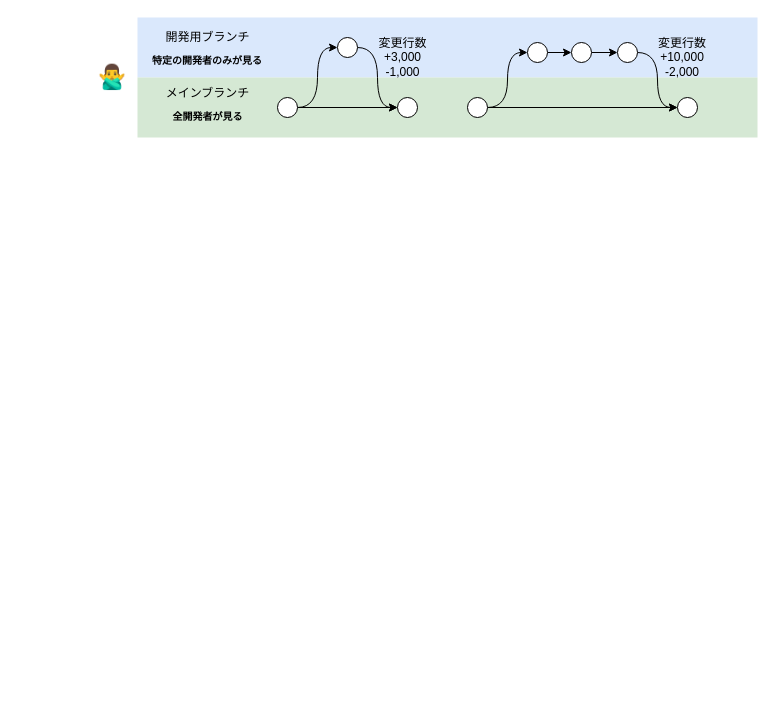
Earlier version of the draw.io diagram images/mobile-trunk-based-release-strategy/long-live-changes.drawio (shotaIDE/zenn). Source tidied: cells renumbered, new cells numbered last; positions are measured from the earlier drawing's top-left corner, leaving out a move shared by most shapes. Both pictures are drawn from the tidied source at 100%, with x=0, y=0 at pixel (97, 17).
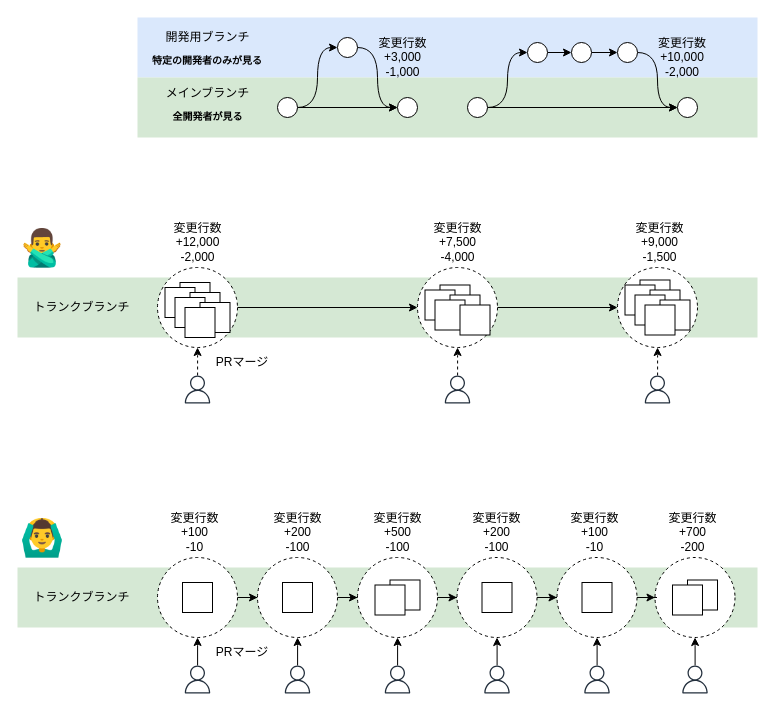
Above is the later version.

Diff of the diagram source:
```diff
@@
+    <mxCell id="29" style="rounded=0;whiteSpace=wrap;html=1;fillColor=#d5e8d4;strokeColor=none;" parent="1" vertex="1">
+      <mxGeometry x="-80" y="260" width="740" height="60" as="geometry" />
+    </mxCell>
+    <mxCell id="30" style="edgeStyle=orthogonalEdgeStyle;rounded=0;jettySize=auto;html=1;entryX=0;entryY=0.5;entryDx=0;entryDy=0;" parent="1" edge="1" source="31" target="44">
+      <mxGeometry relative="1" as="geometry" />
+    </mxCell>
+    <mxCell id="31" style="ellipse;whiteSpace=wrap;html=1;dashed=1;" parent="1" vertex="1">
+      <mxGeometry x="60" y="250" width="80" height="80" as="geometry" />
+    </mxCell>
+    <mxCell id="32" style="rounded=0;whiteSpace=wrap;html=1;" parent="1" vertex="1">
+      <mxGeometry x="82.5" y="265" width="30" height="30" as="geometry" />
+    </mxCell>
+    <mxCell id="33" style="rounded=0;whiteSpace=wrap;html=1;" parent="1" vertex="1">
+      <mxGeometry x="67.5" y="270" width="30" height="30" as="geometry" />
+    </mxCell>
+    <mxCell id="34" style="rounded=0;whiteSpace=wrap;html=1;" parent="1" vertex="1">
+      <mxGeometry x="92.5" y="275" width="30" height="30" as="geometry" />
+    </mxCell>
+    <mxCell id="35" style="rounded=0;whiteSpace=wrap;html=1;" parent="1" vertex="1">
+      <mxGeometry x="77.5" y="280" width="30" height="30" as="geometry" />
+    </mxCell>
+    <mxCell id="36" style="rounded=0;whiteSpace=wrap;html=1;" parent="1" vertex="1">
+      <mxGeometry x="102.5" y="285" width="30" height="30" as="geometry" />
+    </mxCell>
+    <mxCell id="37" style="rounded=0;whiteSpace=wrap;html=1;" parent="1" vertex="1">
+      <mxGeometry x="87.5" y="290" width="30" height="30" as="geometry" />
+    </mxCell>
@@
-    <mxCell id="22" value="&lt;font style=&quot;font-size: 24px;&quot;&gt;🙅‍♂️&lt;/font&gt;" style="text;html=1;strokeColor=none;fillColor=none;align=center;verticalAlign=middle;whiteSpace=wrap;rounded=0;" parent="1" vertex="1">
-      <mxGeometry y="45" width="30" height="30" as="geometry" />
+    <mxCell id="22" value="&lt;font style=&quot;font-size: 36px;&quot;&gt;🙅‍♂️&lt;/font&gt;" style="text;html=1;strokeColor=none;fillColor=none;align=center;verticalAlign=middle;whiteSpace=wrap;rounded=0;" parent="1" vertex="1">
+      <mxGeometry x="-80" y="200" width="50" height="60" as="geometry" />
     </mxCell>
@@
+    <mxCell id="38" style="edgeStyle=orthogonalEdgeStyle;rounded=0;jettySize=auto;html=1;entryX=0.5;entryY=1;entryDx=0;entryDy=0;dashed=1;" parent="1" edge="1" source="39" target="31">
+      <mxGeometry relative="1" as="geometry" />
+    </mxCell>
+    <mxCell id="39" style="sketch=0;outlineConnect=0;fontColor=#232F3E;gradientColor=none;fillColor=#232F3D;strokeColor=none;dashed=0;verticalLabelPosition=bottom;verticalAlign=top;align=center;html=1;fontSize=12;fontStyle=0;shape=mxgraph.aws4.user;" parent="1" vertex="1">
+      <mxGeometry x="86" y="358" width="28" height="28" as="geometry" />
+    </mxCell>
+    <mxCell id="40" style="edgeStyle=orthogonalEdgeStyle;rounded=0;jettySize=auto;html=1;entryX=0.5;entryY=1;entryDx=0;entryDy=0;dashed=1;" parent="1" edge="1" source="41" target="44">
+      <mxGeometry relative="1" as="geometry" />
+    </mxCell>
+    <mxCell id="41" style="sketch=0;outlineConnect=0;fontColor=#232F3E;gradientColor=none;fillColor=#232F3D;strokeColor=none;dashed=0;verticalLabelPosition=bottom;verticalAlign=top;align=center;html=1;fontSize=12;fontStyle=0;shape=mxgraph.aws4.user;" parent="1" vertex="1">
+      <mxGeometry x="346" y="358" width="28" height="28" as="geometry" />
+    </mxCell>
+    <mxCell id="42" value="トランクブランチ" style="text;html=1;strokeColor=none;fillColor=none;align=center;verticalAlign=middle;whiteSpace=wrap;rounded=0;" parent="1" vertex="1">
+      <mxGeometry x="-71" y="278.8" width="111" height="22.5" as="geometry" />
+    </mxCell>
+    <mxCell id="43" style="edgeStyle=orthogonalEdgeStyle;rounded=0;jettySize=auto;html=1;entryX=0;entryY=0.5;entryDx=0;entryDy=0;" parent="1" edge="1" source="44" target="50">
+      <mxGeometry relative="1" as="geometry" />
+    </mxCell>
+    <mxCell id="44" style="ellipse;whiteSpace=wrap;html=1;dashed=1;" parent="1" vertex="1">
+      <mxGeometry x="320" y="250" width="80" height="80" as="geometry" />
+    </mxCell>
+    <mxCell id="45" style="rounded=0;whiteSpace=wrap;html=1;" parent="1" vertex="1">
+      <mxGeometry x="342.5" y="267.5" width="30" height="30" as="geometry" />
+    </mxCell>
+    <mxCell id="46" style="rounded=0;whiteSpace=wrap;html=1;" parent="1" vertex="1">
+      <mxGeometry x="327.5" y="272.5" width="30" height="30" as="geometry" />
+    </mxCell>
+    <mxCell id="47" style="rounded=0;whiteSpace=wrap;html=1;" parent="1" vertex="1">
+      <mxGeometry x="352.5" y="277.5" width="30" height="30" as="geometry" />
+    </mxCell>
+    <mxCell id="48" style="rounded=0;whiteSpace=wrap;html=1;" parent="1" vertex="1">
+      <mxGeometry x="337.5" y="282.5" width="30" height="30" as="geometry" />
+    </mxCell>
+    <mxCell id="49" style="rounded=0;whiteSpace=wrap;html=1;" parent="1" vertex="1">
+      <mxGeometry x="362.5" y="287.5" width="30" height="30" as="geometry" />
+    </mxCell>
+    <mxCell id="50" style="ellipse;whiteSpace=wrap;html=1;dashed=1;" parent="1" vertex="1">
+      <mxGeometry x="520" y="250" width="80" height="80" as="geometry" />
+    </mxCell>
+    <mxCell id="51" style="rounded=0;whiteSpace=wrap;html=1;" parent="1" vertex="1">
+      <mxGeometry x="542.5" y="262.5" width="30" height="30" as="geometry" />
+    </mxCell>
+    <mxCell id="52" style="rounded=0;whiteSpace=wrap;html=1;" parent="1" vertex="1">
+      <mxGeometry x="527.5" y="267.5" width="30" height="30" as="geometry" />
+    </mxCell>
+    <mxCell id="53" style="rounded=0;whiteSpace=wrap;html=1;" parent="1" vertex="1">
+      <mxGeometry x="552.5" y="272.5" width="30" height="30" as="geometry" />
+    </mxCell>
+    <mxCell id="54" style="rounded=0;whiteSpace=wrap;html=1;" parent="1" vertex="1">
+      <mxGeometry x="537.5" y="277.5" width="30" height="30" as="geometry" />
+    </mxCell>
+    <mxCell id="55" style="rounded=0;whiteSpace=wrap;html=1;" parent="1" vertex="1">
+      <mxGeometry x="562.5" y="282.5" width="30" height="30" as="geometry" />
+    </mxCell>
+    <mxCell id="56" style="rounded=0;whiteSpace=wrap;html=1;" parent="1" vertex="1">
+      <mxGeometry x="547.5" y="287.5" width="30" height="30" as="geometry" />
+    </mxCell>
+    <mxCell id="57" style="edgeStyle=orthogonalEdgeStyle;rounded=0;jettySize=auto;html=1;entryX=0.5;entryY=1;entryDx=0;entryDy=0;dashed=1;" parent="1" edge="1" source="58" target="50">
+      <mxGeometry relative="1" as="geometry" />
+    </mxCell>
+    <mxCell id="58" style="sketch=0;outlineConnect=0;fontColor=#232F3E;gradientColor=none;fillColor=#232F3D;strokeColor=none;dashed=0;verticalLabelPosition=bottom;verticalAlign=top;align=center;html=1;fontSize=12;fontStyle=0;shape=mxgraph.aws4.user;" parent="1" vertex="1">
+      <mxGeometry x="546" y="358" width="28" height="28" as="geometry" />
+    </mxCell>
+    <mxCell id="59" value="変更行数&lt;br&gt;+12,000&lt;br&gt;-2,000" style="text;html=1;strokeColor=none;fillColor=none;align=center;verticalAlign=middle;whiteSpace=wrap;rounded=0;" parent="1" vertex="1">
+      <mxGeometry x="67.5" y="200" width="65" height="50" as="geometry" />
+    </mxCell>
+    <mxCell id="60" value="変更行数&lt;br&gt;+7,500&lt;br&gt;-4,000" style="text;html=1;strokeColor=none;fillColor=none;align=center;verticalAlign=middle;whiteSpace=wrap;rounded=0;" parent="1" vertex="1">
+      <mxGeometry x="327.5" y="200" width="65" height="50" as="geometry" />
+    </mxCell>
+    <mxCell id="61" value="変更行数&lt;br&gt;+9,000&lt;br&gt;-1,500" style="text;html=1;strokeColor=none;fillColor=none;align=center;verticalAlign=middle;whiteSpace=wrap;rounded=0;" parent="1" vertex="1">
+      <mxGeometry x="530" y="200" width="65" height="50" as="geometry" />
+    </mxCell>
+    <mxCell id="62" style="rounded=0;whiteSpace=wrap;html=1;fillColor=#d5e8d4;strokeColor=none;" parent="1" vertex="1">
+      <mxGeometry x="-80" y="550" width="740" height="60" as="geometry" />
+    </mxCell>
+    <mxCell id="63" style="edgeStyle=orthogonalEdgeStyle;rounded=0;jettySize=auto;html=1;entryX=0;entryY=0.5;entryDx=0;entryDy=0;" parent="1" edge="1" source="64" target="83">
+      <mxGeometry relative="1" as="geometry" />
+    </mxCell>
+    <mxCell id="64" style="ellipse;whiteSpace=wrap;html=1;dashed=1;" parent="1" vertex="1">
+      <mxGeometry x="60" y="540" width="80" height="80" as="geometry" />
+    </mxCell>
+    <mxCell id="65" style="rounded=0;whiteSpace=wrap;html=1;" parent="1" vertex="1">
+      <mxGeometry x="85" y="565" width="30" height="30" as="geometry" />
+    </mxCell>
+    <mxCell id="66" value="&lt;font style=&quot;font-size: 36px;&quot;&gt;🙆‍♂️&lt;/font&gt;" style="text;html=1;strokeColor=none;fillColor=none;align=center;verticalAlign=middle;whiteSpace=wrap;rounded=0;" parent="1" vertex="1">
+      <mxGeometry x="-80" y="490" width="50" height="60" as="geometry" />
+    </mxCell>
+    <mxCell id="67" style="edgeStyle=orthogonalEdgeStyle;rounded=0;jettySize=auto;html=1;entryX=0.5;entryY=1;entryDx=0;entryDy=0;" parent="1" edge="1" source="68" target="64">
+      <mxGeometry relative="1" as="geometry" />
+    </mxCell>
+    <mxCell id="68" style="sketch=0;outlineConnect=0;fontColor=#232F3E;gradientColor=none;fillColor=#232F3D;strokeColor=none;dashed=0;verticalLabelPosition=bottom;verticalAlign=top;align=center;html=1;fontSize=12;fontStyle=0;shape=mxgraph.aws4.user;" parent="1" vertex="1">
+      <mxGeometry x="86" y="648" width="28" height="28" as="geometry" />
+    </mxCell>
+    <mxCell id="69" style="edgeStyle=orthogonalEdgeStyle;rounded=0;jettySize=auto;html=1;entryX=0.5;entryY=1;entryDx=0;entryDy=0;" parent="1" edge="1" source="70" target="73">
+      <mxGeometry relative="1" as="geometry" />
+    </mxCell>
+    <mxCell id="70" style="sketch=0;outlineConnect=0;fontColor=#232F3E;gradientColor=none;fillColor=#232F3D;strokeColor=none;dashed=0;verticalLabelPosition=bottom;verticalAlign=top;align=center;html=1;fontSize=12;fontStyle=0;shape=mxgraph.aws4.user;" parent="1" vertex="1">
+      <mxGeometry x="286" y="648" width="28" height="28" as="geometry" />
+    </mxCell>
+    <mxCell id="71" value="トランクブランチ" style="text;html=1;strokeColor=none;fillColor=none;align=center;verticalAlign=middle;whiteSpace=wrap;rounded=0;" parent="1" vertex="1">
+      <mxGeometry x="-71" y="568.8" width="111" height="22.5" as="geometry" />
+    </mxCell>
+    <mxCell id="72" style="edgeStyle=orthogonalEdgeStyle;rounded=0;jettySize=auto;html=1;entryX=0;entryY=0.5;entryDx=0;entryDy=0;" parent="1" edge="1" source="73" target="89">
+      <mxGeometry relative="1" as="geometry" />
+    </mxCell>
+    <mxCell id="73" style="ellipse;whiteSpace=wrap;html=1;dashed=1;" parent="1" vertex="1">
+      <mxGeometry x="260" y="540" width="80" height="80" as="geometry" />
+    </mxCell>
+    <mxCell id="74" style="rounded=0;whiteSpace=wrap;html=1;" parent="1" vertex="1">
+      <mxGeometry x="292.5" y="562.5" width="30" height="30" as="geometry" />
+    </mxCell>
+    <mxCell id="75" style="rounded=0;whiteSpace=wrap;html=1;" parent="1" vertex="1">
+      <mxGeometry x="277.5" y="567.5" width="30" height="30" as="geometry" />
+    </mxCell>
+    <mxCell id="76" style="ellipse;whiteSpace=wrap;html=1;dashed=1;" parent="1" vertex="1">
+      <mxGeometry x="557.5" y="540" width="80" height="80" as="geometry" />
+    </mxCell>
+    <mxCell id="77" style="edgeStyle=orthogonalEdgeStyle;rounded=0;jettySize=auto;html=1;entryX=0.5;entryY=1;entryDx=0;entryDy=0;" parent="1" edge="1" source="78" target="76">
+      <mxGeometry relative="1" as="geometry" />
+    </mxCell>
+    <mxCell id="78" style="sketch=0;outlineConnect=0;fontColor=#232F3E;gradientColor=none;fillColor=#232F3D;strokeColor=none;dashed=0;verticalLabelPosition=bottom;verticalAlign=top;align=center;html=1;fontSize=12;fontStyle=0;shape=mxgraph.aws4.user;" parent="1" vertex="1">
+      <mxGeometry x="583.5" y="648" width="28" height="28" as="geometry" />
+    </mxCell>
+    <mxCell id="79" value="変更行数&lt;br&gt;+100&lt;br&gt;-10" style="text;html=1;strokeColor=none;fillColor=none;align=center;verticalAlign=middle;whiteSpace=wrap;rounded=0;" parent="1" vertex="1">
+      <mxGeometry x="65" y="490" width="65" height="50" as="geometry" />
+    </mxCell>
+    <mxCell id="80" value="変更行数&lt;br&gt;+500&lt;br&gt;-100" style="text;html=1;strokeColor=none;fillColor=none;align=center;verticalAlign=middle;whiteSpace=wrap;rounded=0;" parent="1" vertex="1">
+      <mxGeometry x="267.5" y="490" width="65" height="50" as="geometry" />
+    </mxCell>
+    <mxCell id="81" value="変更行数&lt;br&gt;+700&lt;br&gt;-200" style="text;html=1;strokeColor=none;fillColor=none;align=center;verticalAlign=middle;whiteSpace=wrap;rounded=0;" parent="1" vertex="1">
+      <mxGeometry x="562.5" y="490" width="65" height="50" as="geometry" />
+    </mxCell>
+    <mxCell id="82" style="edgeStyle=orthogonalEdgeStyle;rounded=0;jettySize=auto;html=1;entryX=0;entryY=0.5;entryDx=0;entryDy=0;" parent="1" edge="1" source="83" target="73">
+      <mxGeometry relative="1" as="geometry" />
+    </mxCell>
+    <mxCell id="83" style="ellipse;whiteSpace=wrap;html=1;dashed=1;" parent="1" vertex="1">
+      <mxGeometry x="160" y="540" width="80" height="80" as="geometry" />
+    </mxCell>
+    <mxCell id="84" style="rounded=0;whiteSpace=wrap;html=1;" parent="1" vertex="1">
+      <mxGeometry x="185" y="565" width="30" height="30" as="geometry" />
+    </mxCell>
+    <mxCell id="85" style="edgeStyle=orthogonalEdgeStyle;rounded=0;jettySize=auto;html=1;entryX=0.5;entryY=1;entryDx=0;entryDy=0;" parent="1" edge="1" source="86" target="83">
+      <mxGeometry relative="1" as="geometry" />
+    </mxCell>
+    <mxCell id="86" style="sketch=0;outlineConnect=0;fontColor=#232F3E;gradientColor=none;fillColor=#232F3D;strokeColor=none;dashed=0;verticalLabelPosition=bottom;verticalAlign=top;align=center;html=1;fontSize=12;fontStyle=0;shape=mxgraph.aws4.user;" parent="1" vertex="1">
+      <mxGeometry x="186" y="648" width="28" height="28" as="geometry" />
+    </mxCell>
+    <mxCell id="87" value="変更行数&lt;br&gt;+200&lt;br&gt;-100" style="text;html=1;strokeColor=none;fillColor=none;align=center;verticalAlign=middle;whiteSpace=wrap;rounded=0;" parent="1" vertex="1">
+      <mxGeometry x="167.5" y="490" width="65" height="50" as="geometry" />
+    </mxCell>
+    <mxCell id="88" style="edgeStyle=orthogonalEdgeStyle;rounded=0;jettySize=auto;html=1;entryX=0;entryY=0.5;entryDx=0;entryDy=0;" parent="1" edge="1" source="89" target="95">
+      <mxGeometry relative="1" as="geometry" />
+    </mxCell>
+    <mxCell id="89" style="ellipse;whiteSpace=wrap;html=1;dashed=1;" parent="1" vertex="1">
+      <mxGeometry x="359.5" y="540" width="80" height="80" as="geometry" />
+    </mxCell>
+    <mxCell id="90" style="rounded=0;whiteSpace=wrap;html=1;" parent="1" vertex="1">
+      <mxGeometry x="384.5" y="565" width="30" height="30" as="geometry" />
+    </mxCell>
+    <mxCell id="91" style="edgeStyle=orthogonalEdgeStyle;rounded=0;jettySize=auto;html=1;entryX=0.5;entryY=1;entryDx=0;entryDy=0;" parent="1" edge="1" source="92" target="89">
+      <mxGeometry relative="1" as="geometry" />
+    </mxCell>
+    <mxCell id="92" style="sketch=0;outlineConnect=0;fontColor=#232F3E;gradientColor=none;fillColor=#232F3D;strokeColor=none;dashed=0;verticalLabelPosition=bottom;verticalAlign=top;align=center;html=1;fontSize=12;fontStyle=0;shape=mxgraph.aws4.user;" parent="1" vertex="1">
+      <mxGeometry x="385.5" y="648" width="28" height="28" as="geometry" />
+    </mxCell>
+    <mxCell id="93" value="変更行数&lt;br&gt;+200&lt;br&gt;-100" style="text;html=1;strokeColor=none;fillColor=none;align=center;verticalAlign=middle;whiteSpace=wrap;rounded=0;" parent="1" vertex="1">
+      <mxGeometry x="367" y="490" width="65" height="50" as="geometry" />
+    </mxCell>
+    <mxCell id="94" style="edgeStyle=orthogonalEdgeStyle;rounded=0;jettySize=auto;html=1;entryX=0;entryY=0.5;entryDx=0;entryDy=0;" parent="1" edge="1" source="95" target="76">
+      <mxGeometry relative="1" as="geometry" />
+    </mxCell>
+    <mxCell id="95" style="ellipse;whiteSpace=wrap;html=1;dashed=1;" parent="1" vertex="1">
+      <mxGeometry x="459.5" y="540" width="80" height="80" as="geometry" />
+    </mxCell>
+    <mxCell id="96" style="rounded=0;whiteSpace=wrap;html=1;" parent="1" vertex="1">
+      <mxGeometry x="484.5" y="565" width="30" height="30" as="geometry" />
+    </mxCell>
+    <mxCell id="97" style="edgeStyle=orthogonalEdgeStyle;rounded=0;jettySize=auto;html=1;entryX=0.5;entryY=1;entryDx=0;entryDy=0;" parent="1" edge="1" source="98" target="95">
+      <mxGeometry relative="1" as="geometry" />
+    </mxCell>
+    <mxCell id="98" style="sketch=0;outlineConnect=0;fontColor=#232F3E;gradientColor=none;fillColor=#232F3D;strokeColor=none;dashed=0;verticalLabelPosition=bottom;verticalAlign=top;align=center;html=1;fontSize=12;fontStyle=0;shape=mxgraph.aws4.user;" parent="1" vertex="1">
+      <mxGeometry x="485.5" y="648" width="28" height="28" as="geometry" />
+    </mxCell>
+    <mxCell id="99" value="変更行数&lt;br&gt;+100&lt;br&gt;-10" style="text;html=1;strokeColor=none;fillColor=none;align=center;verticalAlign=middle;whiteSpace=wrap;rounded=0;" parent="1" vertex="1">
+      <mxGeometry x="464.5" y="490" width="65" height="50" as="geometry" />
+    </mxCell>
+    <mxCell id="100" style="rounded=0;whiteSpace=wrap;html=1;" parent="1" vertex="1">
+      <mxGeometry x="590" y="562.5" width="30" height="30" as="geometry" />
+    </mxCell>
+    <mxCell id="101" style="rounded=0;whiteSpace=wrap;html=1;" parent="1" vertex="1">
+      <mxGeometry x="575" y="567.5" width="30" height="30" as="geometry" />
+    </mxCell>
+    <mxCell id="102" value="PRマージ" style="text;html=1;align=center;verticalAlign=middle;whiteSpace=wrap;rounded=0;" parent="1" vertex="1">
+      <mxGeometry x="110" y="330" width="70" height="30" as="geometry" />
+    </mxCell>
+    <mxCell id="103" value="PRマージ" style="text;html=1;align=center;verticalAlign=middle;whiteSpace=wrap;rounded=0;" parent="1" vertex="1">
+      <mxGeometry x="110" y="620" width="70" height="30" as="geometry" />
+    </mxCell>
```
